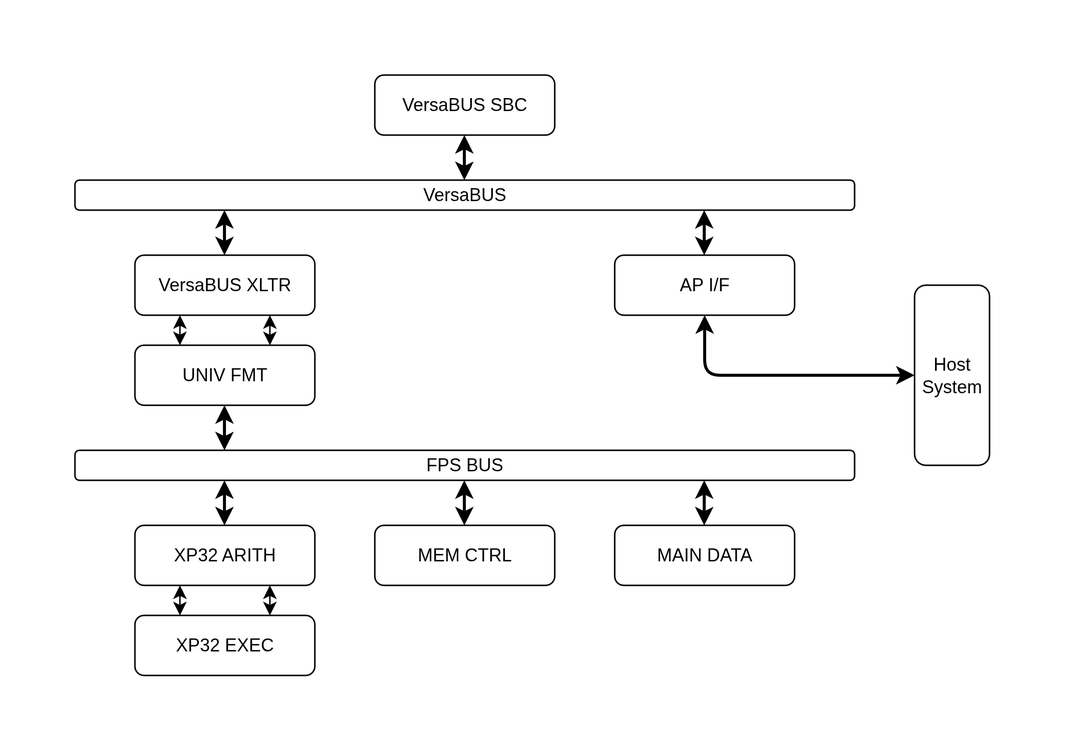
Above: FPS 3000/Layout.drawio.png in VodaCode-Official/FloatingPointSystems (draw.io), before the change. Source tidied: cells renumbered, new cells last; positions are measured from the earlier drawing's top-left corner, leaving out a move shared by most shapes. Source of this version:
```xml
<mxGraphModel>
  <root>
    <mxCell id="0" />
    <mxCell id="1" parent="0" />
    <mxCell id="2" value="VersaBUS SBC" style="rounded=1;whiteSpace=wrap;html=1;" parent="1" vertex="1">
      <mxGeometry x="200" width="120" height="40" as="geometry" />
    </mxCell>
    <mxCell id="3" value="XP32 ARITH" style="rounded=1;whiteSpace=wrap;html=1;" parent="1" vertex="1">
      <mxGeometry x="40" y="300" width="120" height="40" as="geometry" />
    </mxCell>
    <mxCell id="4" value="XP32 EXEC" style="rounded=1;whiteSpace=wrap;html=1;" parent="1" vertex="1">
      <mxGeometry x="40" y="360" width="120" height="40" as="geometry" />
    </mxCell>
    <mxCell id="5" style="endArrow=classic;startArrow=classic;html=1;rounded=0;entryX=0.75;entryY=0;entryDx=0;entryDy=0;exitX=0.75;exitY=1;exitDx=0;exitDy=0;" parent="1" edge="1" source="3" target="4">
      <mxGeometry relative="1" as="geometry" />
    </mxCell>
    <mxCell id="6" style="endArrow=classic;startArrow=classic;html=1;rounded=0;exitX=0.25;exitY=0;exitDx=0;exitDy=0;entryX=0.25;entryY=1;entryDx=0;entryDy=0;" parent="1" edge="1" source="4" target="3">
      <mxGeometry relative="1" as="geometry" />
    </mxCell>
    <mxCell id="7" value="VersaBUS XLTR" style="rounded=1;whiteSpace=wrap;html=1;" parent="1" vertex="1">
      <mxGeometry x="40" y="120" width="120" height="40" as="geometry" />
    </mxCell>
    <mxCell id="8" value="UNIV FMT" style="rounded=1;whiteSpace=wrap;html=1;" parent="1" vertex="1">
      <mxGeometry x="40" y="180" width="120" height="40" as="geometry" />
    </mxCell>
    <mxCell id="9" style="endArrow=classic;startArrow=classic;html=1;rounded=0;entryX=0.75;entryY=0;entryDx=0;entryDy=0;exitX=0.75;exitY=1;exitDx=0;exitDy=0;" parent="1" edge="1" source="7" target="8">
      <mxGeometry relative="1" as="geometry" />
    </mxCell>
    <mxCell id="10" style="endArrow=classic;startArrow=classic;html=1;rounded=0;exitX=0.25;exitY=0;exitDx=0;exitDy=0;entryX=0.25;entryY=1;entryDx=0;entryDy=0;" parent="1" edge="1" source="8" target="7">
      <mxGeometry relative="1" as="geometry" />
    </mxCell>
    <mxCell id="11" value="FPS BUS" style="rounded=1;whiteSpace=wrap;html=1;" parent="1" vertex="1">
      <mxGeometry y="250" width="520" height="20" as="geometry" />
    </mxCell>
    <mxCell id="12" value="MEM CTRL" style="rounded=1;whiteSpace=wrap;html=1;" parent="1" vertex="1">
      <mxGeometry x="200" y="300" width="120" height="40" as="geometry" />
    </mxCell>
    <mxCell id="13" value="MAIN DATA" style="rounded=1;whiteSpace=wrap;html=1;" parent="1" vertex="1">
      <mxGeometry x="360" y="300" width="120" height="40" as="geometry" />
    </mxCell>
    <mxCell id="14" value="VersaBUS" style="rounded=1;whiteSpace=wrap;html=1;" parent="1" vertex="1">
      <mxGeometry y="70" width="520" height="20" as="geometry" />
    </mxCell>
    <mxCell id="15" value="AP I/F" style="rounded=1;whiteSpace=wrap;html=1;" parent="1" vertex="1">
      <mxGeometry x="360" y="120" width="120" height="40" as="geometry" />
    </mxCell>
    <mxCell id="16" style="endArrow=classic;startArrow=classic;html=1;rounded=0;strokeWidth=2;" parent="1" edge="1">
      <mxGeometry relative="1" as="geometry">
        <mxPoint x="99.7" y="120" as="sourcePoint" />
        <mxPoint x="99.7" y="90" as="targetPoint" />
      </mxGeometry>
    </mxCell>
    <mxCell id="17" style="endArrow=classic;startArrow=classic;html=1;rounded=0;strokeWidth=2;" parent="1" edge="1">
      <mxGeometry relative="1" as="geometry">
        <mxPoint x="419.7" y="120" as="sourcePoint" />
        <mxPoint x="419.7" y="90" as="targetPoint" />
      </mxGeometry>
    </mxCell>
    <mxCell id="18" style="endArrow=classic;startArrow=classic;html=1;rounded=0;strokeWidth=2;" parent="1" edge="1">
      <mxGeometry relative="1" as="geometry">
        <mxPoint x="259.7" y="70" as="sourcePoint" />
        <mxPoint x="259.7" y="40" as="targetPoint" />
      </mxGeometry>
    </mxCell>
    <mxCell id="19" style="endArrow=classic;startArrow=classic;html=1;rounded=0;strokeWidth=2;" parent="1" edge="1">
      <mxGeometry relative="1" as="geometry">
        <mxPoint x="259.7" y="300" as="sourcePoint" />
        <mxPoint x="259.7" y="270" as="targetPoint" />
      </mxGeometry>
    </mxCell>
    <mxCell id="20" style="endArrow=classic;startArrow=classic;html=1;rounded=0;strokeWidth=2;" parent="1" edge="1">
      <mxGeometry relative="1" as="geometry">
        <mxPoint x="419.7" y="300" as="sourcePoint" />
        <mxPoint x="419.7" y="270" as="targetPoint" />
      </mxGeometry>
    </mxCell>
    <mxCell id="21" style="endArrow=classic;startArrow=classic;html=1;rounded=0;strokeWidth=2;" parent="1" edge="1">
      <mxGeometry relative="1" as="geometry">
        <mxPoint x="99.7" y="300" as="sourcePoint" />
        <mxPoint x="99.7" y="270" as="targetPoint" />
      </mxGeometry>
    </mxCell>
    <mxCell id="22" style="endArrow=classic;startArrow=classic;html=1;rounded=1;exitX=0.5;exitY=1;exitDx=0;exitDy=0;strokeWidth=2;curved=0;" parent="1" edge="1" source="15">
      <mxGeometry relative="1" as="geometry">
        <mxPoint x="560" y="200" as="targetPoint" />
        <Array as="points">
          <mxPoint x="420" y="200" />
        </Array>
      </mxGeometry>
    </mxCell>
    <mxCell id="23" value="Host&lt;div&gt;System&lt;/div&gt;" style="rounded=1;whiteSpace=wrap;html=1;" parent="1" vertex="1">
      <mxGeometry x="560" y="140" width="50" height="120" as="geometry" />
    </mxCell>
    <mxCell id="24" style="endArrow=classic;startArrow=classic;html=1;rounded=0;strokeWidth=2;" parent="1" edge="1">
      <mxGeometry relative="1" as="geometry">
        <mxPoint x="99.7" y="250" as="sourcePoint" />
        <mxPoint x="99.7" y="220" as="targetPoint" />
      </mxGeometry>
    </mxCell>
  </root>
</mxGraphModel>
```
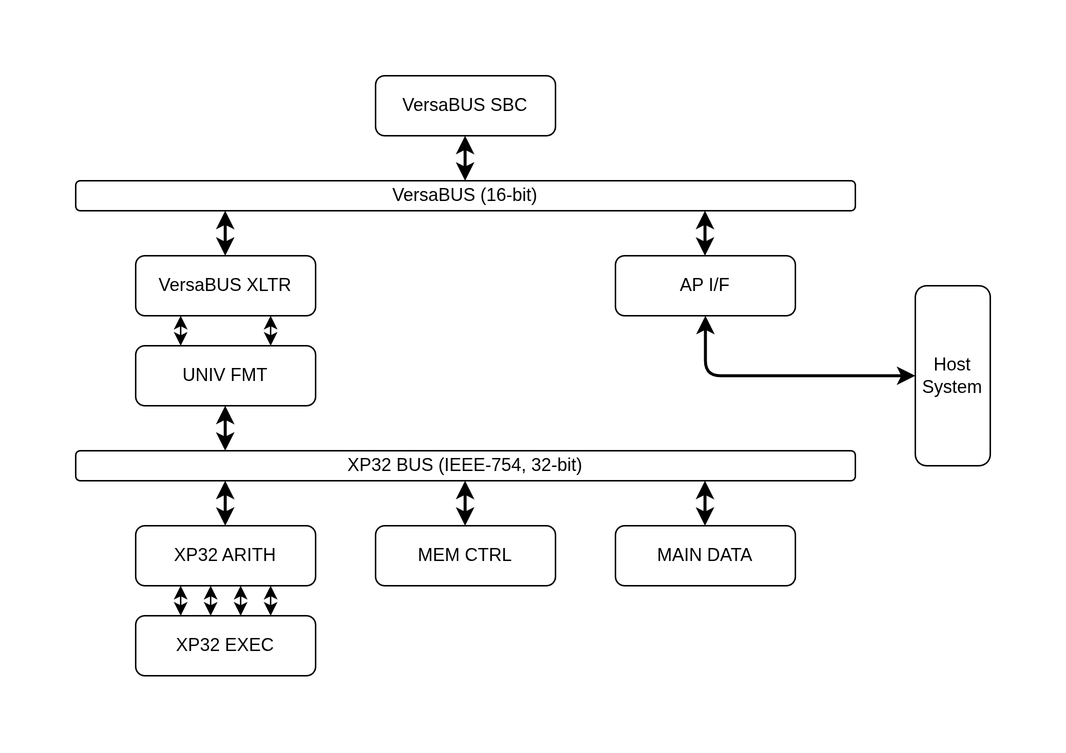
After the change.

What changed in the source:
```diff
@@ -29,7 +29,7 @@
     <mxCell id="10" style="endArrow=classic;startArrow=classic;html=1;rounded=0;exitX=0.25;exitY=0;exitDx=0;exitDy=0;entryX=0.25;entryY=1;entryDx=0;entryDy=0;" parent="1" edge="1" source="8" target="7">
       <mxGeometry relative="1" as="geometry" />
     </mxCell>
-    <mxCell id="11" value="FPS BUS" style="rounded=1;whiteSpace=wrap;html=1;" parent="1" vertex="1">
+    <mxCell id="11" value="XP32 BUS (IEEE-754, 32-bit)" style="rounded=1;whiteSpace=wrap;html=1;" parent="1" vertex="1">
       <mxGeometry y="250" width="520" height="20" as="geometry" />
     </mxCell>
     <mxCell id="12" value="MEM CTRL" style="rounded=1;whiteSpace=wrap;html=1;" parent="1" vertex="1">
@@ -38,7 +38,7 @@
     <mxCell id="13" value="MAIN DATA" style="rounded=1;whiteSpace=wrap;html=1;" parent="1" vertex="1">
       <mxGeometry x="360" y="300" width="120" height="40" as="geometry" />
     </mxCell>
-    <mxCell id="14" value="VersaBUS" style="rounded=1;whiteSpace=wrap;html=1;" parent="1" vertex="1">
+    <mxCell id="14" value="VersaBUS (16-bit)" style="rounded=1;whiteSpace=wrap;html=1;" parent="1" vertex="1">
       <mxGeometry y="70" width="520" height="20" as="geometry" />
     </mxCell>
     <mxCell id="15" value="AP I/F" style="rounded=1;whiteSpace=wrap;html=1;" parent="1" vertex="1">
@@ -97,5 +97,17 @@
         <mxPoint x="99.7" y="220" as="targetPoint" />
       </mxGeometry>
     </mxCell>
+    <mxCell id="25" style="endArrow=classic;startArrow=classic;html=1;rounded=0;exitX=0.25;exitY=0;exitDx=0;exitDy=0;entryX=0.25;entryY=1;entryDx=0;entryDy=0;" parent="1" edge="1">
+      <mxGeometry relative="1" as="geometry">
+        <mxPoint x="90" y="360" as="sourcePoint" />
+        <mxPoint x="90" y="340" as="targetPoint" />
+      </mxGeometry>
+    </mxCell>
+    <mxCell id="26" style="endArrow=classic;startArrow=classic;html=1;rounded=0;entryX=0.75;entryY=0;entryDx=0;entryDy=0;exitX=0.75;exitY=1;exitDx=0;exitDy=0;" parent="1" edge="1">
+      <mxGeometry relative="1" as="geometry">
+        <mxPoint x="110" y="340" as="sourcePoint" />
+        <mxPoint x="110" y="360" as="targetPoint" />
+      </mxGeometry>
+    </mxCell>
   </root>
 </mxGraphModel>
```
